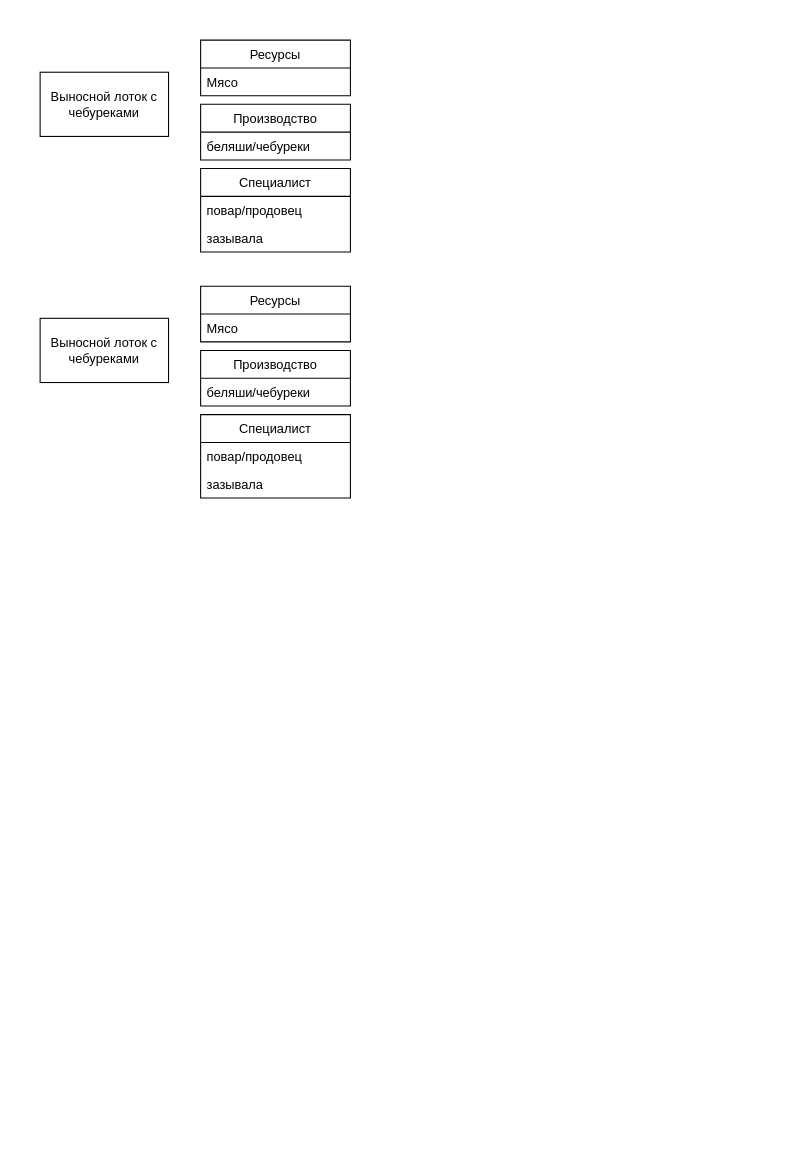
PhoenixVRN/Mafia keeps this draw.io diagram as libs/Mafia.drawio. Above is the earlier version. Source tidied: cells renumbered, new cells numbered last; positions are measured from the earlier drawing's top-left corner, leaving out a move shared by most shapes. Both pictures are drawn from the tidied source at 107%, with x=0, y=0 at pixel (40, 40).
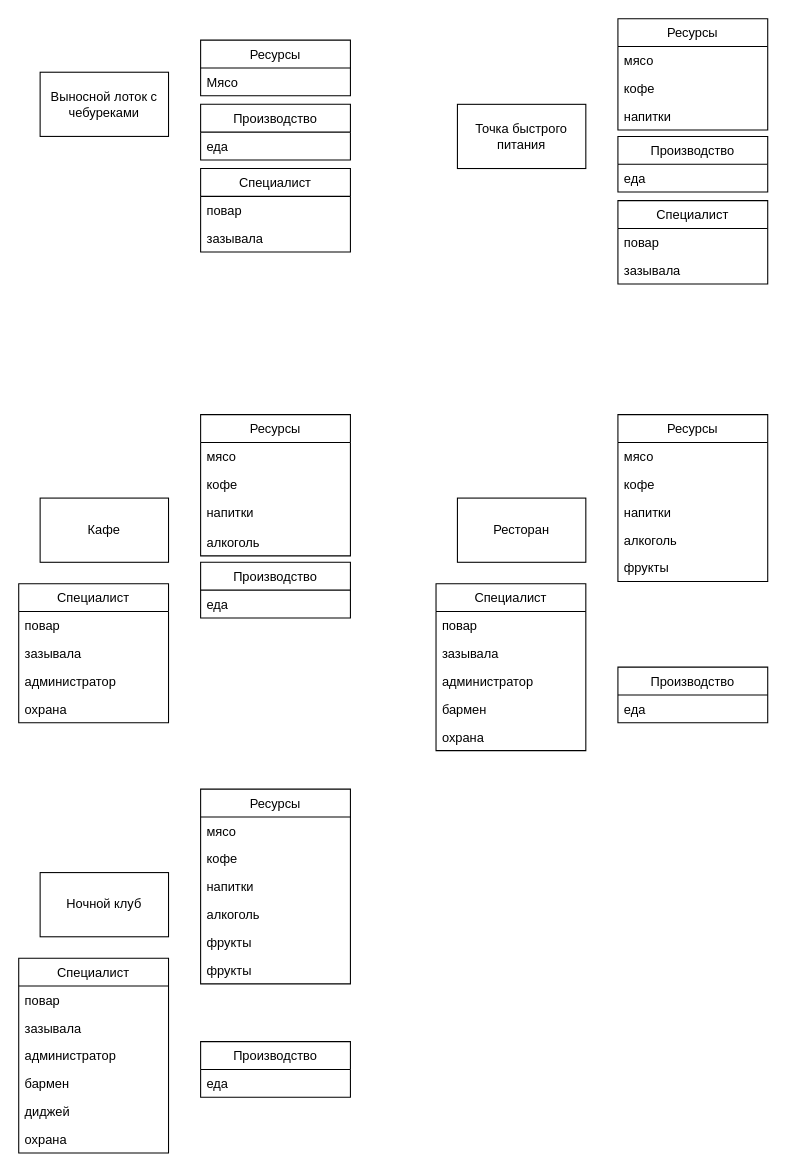
After the change.

The change refers to these unchanged cells:
```xml
<mxCell id="3" value="Ресурсы" style="swimlane;fontStyle=0;horizontal=1;startSize=26;fillColor=none;" parent="1" vertex="1">
  <mxGeometry x="150" width="140" height="52" as="geometry" />
</mxCell>
<mxCell id="5" value="Производство" style="swimlane;fontStyle=0;horizontal=1;startSize=26;fillColor=none;" parent="1" vertex="1">
  <mxGeometry x="150" y="60" width="140" height="52" as="geometry" />
</mxCell>
<mxCell id="7" value="Специалист" style="swimlane;fontStyle=0;horizontal=1;startSize=26;fillColor=none;" parent="1" vertex="1">
  <mxGeometry x="150" y="120" width="140" height="78" as="geometry" />
</mxCell>
```

What changed in the source:
```diff
@@
-    <mxCell id="4" value="Мясо" style="text;strokeColor=none;fillColor=none;align=left;verticalAlign=top;spacingLeft=4;spacingRight=4;overflow=hidden;" parent="3" vertex="1">
-      <mxGeometry y="26" width="140" height="26" as="geometry" />
-    </mxCell>
+    <mxCell id="18" value="Мясо" style="text;strokeColor=none;fillColor=none;align=left;verticalAlign=top;spacingLeft=4;spacingRight=4;overflow=hidden;" parent="3" vertex="1">
+      <mxGeometry y="26" width="140" height="26" as="geometry" />
+    </mxCell>
@@
-    <mxCell id="6" value="беляши/чебуреки" style="text;strokeColor=none;fillColor=none;align=left;verticalAlign=top;spacingLeft=4;spacingRight=4;overflow=hidden;" parent="5" vertex="1">
-      <mxGeometry y="26" width="140" height="26" as="geometry" />
-    </mxCell>
+    <mxCell id="19" value="еда" style="text;strokeColor=none;fillColor=none;align=left;verticalAlign=top;spacingLeft=4;spacingRight=4;overflow=hidden;" parent="5" vertex="1">
+      <mxGeometry y="26" width="140" height="26" as="geometry" />
+    </mxCell>
@@
-    <mxCell id="8" value="повар/продовец" style="text;strokeColor=none;fillColor=none;align=left;verticalAlign=top;spacingLeft=4;spacingRight=4;overflow=hidden;" parent="7" vertex="1">
-      <mxGeometry y="26" width="140" height="26" as="geometry" />
-    </mxCell>
-    <mxCell id="9" value="зазывала" style="text;strokeColor=none;fillColor=none;align=left;verticalAlign=top;spacingLeft=4;spacingRight=4;overflow=hidden;" parent="7" vertex="1">
-      <mxGeometry y="52" width="140" height="26" as="geometry" />
-    </mxCell>
-    <mxCell id="10" value="&lt;p class=&quot;MsoNormal&quot;&gt;Выносной лоток с чебуреками&lt;/p&gt;" style="rounded=0;whiteSpace=wrap;html=1;" parent="1" vertex="1">
-      <mxGeometry y="260" width="120" height="60" as="geometry" />
-    </mxCell>
-    <mxCell id="11" value="Ресурсы" style="swimlane;fontStyle=0;horizontal=1;startSize=26;fillColor=none;" parent="1" vertex="1">
-      <mxGeometry x="150" y="230" width="140" height="52" as="geometry" />
-    </mxCell>
-    <mxCell id="12" value="Мясо" style="text;strokeColor=none;fillColor=none;align=left;verticalAlign=top;spacingLeft=4;spacingRight=4;overflow=hidden;" parent="11" vertex="1">
-      <mxGeometry y="26" width="140" height="26" as="geometry" />
-    </mxCell>
-    <mxCell id="13" value="Производство" style="swimlane;fontStyle=0;horizontal=1;startSize=26;fillColor=none;" parent="1" vertex="1">
-      <mxGeometry x="150" y="290" width="140" height="52" as="geometry" />
-    </mxCell>
-    <mxCell id="14" value="беляши/чебуреки" style="text;strokeColor=none;fillColor=none;align=left;verticalAlign=top;spacingLeft=4;spacingRight=4;overflow=hidden;" parent="13" vertex="1">
-      <mxGeometry y="26" width="140" height="26" as="geometry" />
-    </mxCell>
-    <mxCell id="15" value="Специалист" style="swimlane;fontStyle=0;horizontal=1;startSize=26;fillColor=none;" parent="1" vertex="1">
-      <mxGeometry x="150" y="350" width="140" height="78" as="geometry" />
-    </mxCell>
-    <mxCell id="16" value="повар/продовец" style="text;strokeColor=none;fillColor=none;align=left;verticalAlign=top;spacingLeft=4;spacingRight=4;overflow=hidden;" parent="15" vertex="1">
-      <mxGeometry y="26" width="140" height="26" as="geometry" />
-    </mxCell>
-    <mxCell id="17" value="зазывала" style="text;strokeColor=none;fillColor=none;align=left;verticalAlign=top;spacingLeft=4;spacingRight=4;overflow=hidden;" parent="15" vertex="1">
-      <mxGeometry y="52" width="140" height="26" as="geometry" />
-    </mxCell>
+    <mxCell id="20" value="повар" style="text;strokeColor=none;fillColor=none;align=left;verticalAlign=top;spacingLeft=4;spacingRight=4;overflow=hidden;" parent="7" vertex="1">
+      <mxGeometry y="26" width="140" height="26" as="geometry" />
+    </mxCell>
+    <mxCell id="21" value="зазывала" style="text;strokeColor=none;fillColor=none;align=left;verticalAlign=top;spacingLeft=4;spacingRight=4;overflow=hidden;" parent="7" vertex="1">
+      <mxGeometry y="52" width="140" height="26" as="geometry" />
+    </mxCell>
+    <mxCell id="22" value="&lt;p class=&quot;MsoNormal&quot;&gt;Точка быстрого питания&lt;/p&gt;" style="rounded=0;whiteSpace=wrap;html=1;" parent="1" vertex="1">
+      <mxGeometry x="390" y="60" width="120" height="60" as="geometry" />
+    </mxCell>
+    <mxCell id="23" value="Ресурсы" style="swimlane;fontStyle=0;horizontal=1;startSize=26;fillColor=none;" parent="1" vertex="1">
+      <mxGeometry x="540" y="-20" width="140" height="104" as="geometry" />
+    </mxCell>
+    <mxCell id="24" value="мясо" style="text;strokeColor=none;fillColor=none;align=left;verticalAlign=top;spacingLeft=4;spacingRight=4;overflow=hidden;" parent="23" vertex="1">
+      <mxGeometry y="26" width="140" height="26" as="geometry" />
+    </mxCell>
+    <mxCell id="25" value="кофе" style="text;strokeColor=none;fillColor=none;align=left;verticalAlign=top;spacingLeft=4;spacingRight=4;overflow=hidden;" parent="23" vertex="1">
+      <mxGeometry y="52" width="140" height="26" as="geometry" />
+    </mxCell>
+    <mxCell id="26" value="напитки" style="text;strokeColor=none;fillColor=none;align=left;verticalAlign=top;spacingLeft=4;spacingRight=4;overflow=hidden;" parent="23" vertex="1">
+      <mxGeometry y="78" width="140" height="26" as="geometry" />
+    </mxCell>
+    <mxCell id="27" value="Производство" style="swimlane;fontStyle=0;horizontal=1;startSize=26;fillColor=none;" parent="1" vertex="1">
+      <mxGeometry x="540" y="90" width="140" height="52" as="geometry" />
+    </mxCell>
+    <mxCell id="28" value="еда" style="text;strokeColor=none;fillColor=none;align=left;verticalAlign=top;spacingLeft=4;spacingRight=4;overflow=hidden;" parent="27" vertex="1">
+      <mxGeometry y="26" width="140" height="26" as="geometry" />
+    </mxCell>
+    <mxCell id="29" value="Специалист" style="swimlane;fontStyle=0;horizontal=1;startSize=26;fillColor=none;" parent="1" vertex="1">
+      <mxGeometry x="540" y="150" width="140" height="78" as="geometry" />
+    </mxCell>
+    <mxCell id="30" value="повар" style="text;strokeColor=none;fillColor=none;align=left;verticalAlign=top;spacingLeft=4;spacingRight=4;overflow=hidden;" parent="29" vertex="1">
+      <mxGeometry y="26" width="140" height="26" as="geometry" />
+    </mxCell>
+    <mxCell id="31" value="зазывала" style="text;strokeColor=none;fillColor=none;align=left;verticalAlign=top;spacingLeft=4;spacingRight=4;overflow=hidden;" parent="29" vertex="1">
+      <mxGeometry y="52" width="140" height="26" as="geometry" />
+    </mxCell>
+    <mxCell id="32" value="&lt;p class=&quot;MsoNormal&quot;&gt;Кафе&lt;/p&gt;" style="rounded=0;whiteSpace=wrap;html=1;" parent="1" vertex="1">
+      <mxGeometry y="428" width="120" height="60" as="geometry" />
+    </mxCell>
+    <mxCell id="33" value="Ресурсы" style="swimlane;fontStyle=0;horizontal=1;startSize=26;fillColor=none;" parent="1" vertex="1">
+      <mxGeometry x="150" y="350" width="140" height="132" as="geometry" />
+    </mxCell>
+    <mxCell id="34" value="мясо" style="text;strokeColor=none;fillColor=none;align=left;verticalAlign=top;spacingLeft=4;spacingRight=4;overflow=hidden;" parent="33" vertex="1">
+      <mxGeometry y="26" width="140" height="26" as="geometry" />
+    </mxCell>
+    <mxCell id="35" value="кофе" style="text;strokeColor=none;fillColor=none;align=left;verticalAlign=top;spacingLeft=4;spacingRight=4;overflow=hidden;" parent="33" vertex="1">
+      <mxGeometry y="52" width="140" height="26" as="geometry" />
+    </mxCell>
+    <mxCell id="36" value="напитки" style="text;strokeColor=none;fillColor=none;align=left;verticalAlign=top;spacingLeft=4;spacingRight=4;overflow=hidden;" parent="33" vertex="1">
+      <mxGeometry y="78" width="140" height="28" as="geometry" />
+    </mxCell>
+    <mxCell id="37" value="алкоголь" style="text;strokeColor=none;fillColor=none;align=left;verticalAlign=top;spacingLeft=4;spacingRight=4;overflow=hidden;" parent="33" vertex="1">
+      <mxGeometry y="106" width="140" height="26" as="geometry" />
+    </mxCell>
+    <mxCell id="38" value="Производство" style="swimlane;fontStyle=0;horizontal=1;startSize=26;fillColor=none;" parent="1" vertex="1">
+      <mxGeometry x="150" y="488" width="140" height="52" as="geometry" />
+    </mxCell>
+    <mxCell id="39" value="еда" style="text;strokeColor=none;fillColor=none;align=left;verticalAlign=top;spacingLeft=4;spacingRight=4;overflow=hidden;" parent="38" vertex="1">
+      <mxGeometry y="26" width="140" height="26" as="geometry" />
+    </mxCell>
+    <mxCell id="40" value="Специалист" style="swimlane;fontStyle=0;horizontal=1;startSize=26;fillColor=none;" parent="1" vertex="1">
+      <mxGeometry x="-20" y="508" width="140" height="130" as="geometry" />
+    </mxCell>
+    <mxCell id="41" value="повар" style="text;strokeColor=none;fillColor=none;align=left;verticalAlign=top;spacingLeft=4;spacingRight=4;overflow=hidden;" parent="40" vertex="1">
+      <mxGeometry y="26" width="140" height="26" as="geometry" />
+    </mxCell>
+    <mxCell id="42" value="зазывала" style="text;strokeColor=none;fillColor=none;align=left;verticalAlign=top;spacingLeft=4;spacingRight=4;overflow=hidden;" parent="40" vertex="1">
+      <mxGeometry y="52" width="140" height="26" as="geometry" />
+    </mxCell>
+    <mxCell id="43" value="администратор" style="text;strokeColor=none;fillColor=none;align=left;verticalAlign=top;spacingLeft=4;spacingRight=4;overflow=hidden;" parent="40" vertex="1">
+      <mxGeometry y="78" width="140" height="26" as="geometry" />
+    </mxCell>
+    <mxCell id="44" value="охрана" style="text;strokeColor=none;fillColor=none;align=left;verticalAlign=top;spacingLeft=4;spacingRight=4;overflow=hidden;" parent="40" vertex="1">
+      <mxGeometry y="104" width="140" height="26" as="geometry" />
+    </mxCell>
+    <mxCell id="45" value="&lt;p class=&quot;MsoNormal&quot;&gt;Ресторан&lt;/p&gt;" style="rounded=0;whiteSpace=wrap;html=1;" parent="1" vertex="1">
+      <mxGeometry x="390" y="428" width="120" height="60" as="geometry" />
+    </mxCell>
+    <mxCell id="46" value="Ресурсы" style="swimlane;fontStyle=0;horizontal=1;startSize=26;fillColor=none;" parent="1" vertex="1">
+      <mxGeometry x="540" y="350" width="140" height="156" as="geometry" />
+    </mxCell>
+    <mxCell id="47" value="мясо" style="text;strokeColor=none;fillColor=none;align=left;verticalAlign=top;spacingLeft=4;spacingRight=4;overflow=hidden;" parent="46" vertex="1">
+      <mxGeometry y="26" width="140" height="26" as="geometry" />
+    </mxCell>
+    <mxCell id="48" value="кофе" style="text;strokeColor=none;fillColor=none;align=left;verticalAlign=top;spacingLeft=4;spacingRight=4;overflow=hidden;" parent="46" vertex="1">
+      <mxGeometry y="52" width="140" height="26" as="geometry" />
+    </mxCell>
+    <mxCell id="49" value="напитки" style="text;strokeColor=none;fillColor=none;align=left;verticalAlign=top;spacingLeft=4;spacingRight=4;overflow=hidden;" parent="46" vertex="1">
+      <mxGeometry y="78" width="140" height="26" as="geometry" />
+    </mxCell>
+    <mxCell id="50" value="алкоголь" style="text;strokeColor=none;fillColor=none;align=left;verticalAlign=top;spacingLeft=4;spacingRight=4;overflow=hidden;" parent="46" vertex="1">
+      <mxGeometry y="104" width="140" height="26" as="geometry" />
+    </mxCell>
+    <mxCell id="51" value="фрукты" style="text;strokeColor=none;fillColor=none;align=left;verticalAlign=top;spacingLeft=4;spacingRight=4;overflow=hidden;" parent="46" vertex="1">
+      <mxGeometry y="130" width="140" height="26" as="geometry" />
+    </mxCell>
+    <mxCell id="52" value="Производство" style="swimlane;fontStyle=0;horizontal=1;startSize=26;fillColor=none;" parent="1" vertex="1">
+      <mxGeometry x="540" y="586" width="140" height="52" as="geometry" />
+    </mxCell>
+    <mxCell id="53" value="еда" style="text;strokeColor=none;fillColor=none;align=left;verticalAlign=top;spacingLeft=4;spacingRight=4;overflow=hidden;" parent="52" vertex="1">
+      <mxGeometry y="26" width="140" height="26" as="geometry" />
+    </mxCell>
+    <mxCell id="54" value="Специалист" style="swimlane;fontStyle=0;horizontal=1;startSize=26;fillColor=none;" parent="1" vertex="1">
+      <mxGeometry x="370" y="508" width="140" height="156" as="geometry" />
+    </mxCell>
+    <mxCell id="55" value="повар" style="text;strokeColor=none;fillColor=none;align=left;verticalAlign=top;spacingLeft=4;spacingRight=4;overflow=hidden;" parent="54" vertex="1">
+      <mxGeometry y="26" width="140" height="26" as="geometry" />
+    </mxCell>
+    <mxCell id="56" value="зазывала" style="text;strokeColor=none;fillColor=none;align=left;verticalAlign=top;spacingLeft=4;spacingRight=4;overflow=hidden;" parent="54" vertex="1">
+      <mxGeometry y="52" width="140" height="26" as="geometry" />
+    </mxCell>
+    <mxCell id="57" value="администратор" style="text;strokeColor=none;fillColor=none;align=left;verticalAlign=top;spacingLeft=4;spacingRight=4;overflow=hidden;" parent="54" vertex="1">
+      <mxGeometry y="78" width="140" height="26" as="geometry" />
+    </mxCell>
+    <mxCell id="58" value="бармен" style="text;strokeColor=none;fillColor=none;align=left;verticalAlign=top;spacingLeft=4;spacingRight=4;overflow=hidden;" parent="54" vertex="1">
+      <mxGeometry y="104" width="140" height="26" as="geometry" />
+    </mxCell>
+    <mxCell id="59" value="охрана" style="text;strokeColor=none;fillColor=none;align=left;verticalAlign=top;spacingLeft=4;spacingRight=4;overflow=hidden;" parent="54" vertex="1">
+      <mxGeometry y="130" width="140" height="26" as="geometry" />
+    </mxCell>
+    <mxCell id="60" value="&lt;p class=&quot;MsoNormal&quot;&gt;Ночной клуб&lt;/p&gt;" style="rounded=0;whiteSpace=wrap;html=1;" parent="1" vertex="1">
+      <mxGeometry y="778" width="120" height="60" as="geometry" />
+    </mxCell>
+    <mxCell id="61" value="Ресурсы" style="swimlane;fontStyle=0;horizontal=1;startSize=26;fillColor=none;" parent="1" vertex="1">
+      <mxGeometry x="150" y="700" width="140" height="182" as="geometry" />
+    </mxCell>
+    <mxCell id="62" value="мясо" style="text;strokeColor=none;fillColor=none;align=left;verticalAlign=top;spacingLeft=4;spacingRight=4;overflow=hidden;" parent="61" vertex="1">
+      <mxGeometry y="26" width="140" height="26" as="geometry" />
+    </mxCell>
+    <mxCell id="63" value="кофе" style="text;strokeColor=none;fillColor=none;align=left;verticalAlign=top;spacingLeft=4;spacingRight=4;overflow=hidden;" parent="61" vertex="1">
+      <mxGeometry y="52" width="140" height="26" as="geometry" />
+    </mxCell>
+    <mxCell id="64" value="напитки" style="text;strokeColor=none;fillColor=none;align=left;verticalAlign=top;spacingLeft=4;spacingRight=4;overflow=hidden;" parent="61" vertex="1">
+      <mxGeometry y="78" width="140" height="26" as="geometry" />
+    </mxCell>
+    <mxCell id="65" value="алкоголь" style="text;strokeColor=none;fillColor=none;align=left;verticalAlign=top;spacingLeft=4;spacingRight=4;overflow=hidden;" parent="61" vertex="1">
+      <mxGeometry y="104" width="140" height="26" as="geometry" />
+    </mxCell>
+    <mxCell id="66" value="фрукты" style="text;strokeColor=none;fillColor=none;align=left;verticalAlign=top;spacingLeft=4;spacingRight=4;overflow=hidden;" parent="61" vertex="1">
+      <mxGeometry y="130" width="140" height="26" as="geometry" />
+    </mxCell>
+    <mxCell id="67" value="фрукты" style="text;strokeColor=none;fillColor=none;align=left;verticalAlign=top;spacingLeft=4;spacingRight=4;overflow=hidden;" parent="61" vertex="1">
+      <mxGeometry y="156" width="140" height="26" as="geometry" />
+    </mxCell>
+    <mxCell id="68" value="Производство" style="swimlane;fontStyle=0;horizontal=1;startSize=26;fillColor=none;" parent="1" vertex="1">
+      <mxGeometry x="150" y="936" width="140" height="52" as="geometry" />
+    </mxCell>
+    <mxCell id="69" value="еда" style="text;strokeColor=none;fillColor=none;align=left;verticalAlign=top;spacingLeft=4;spacingRight=4;overflow=hidden;" parent="68" vertex="1">
+      <mxGeometry y="26" width="140" height="26" as="geometry" />
+    </mxCell>
+    <mxCell id="70" value="Специалист" style="swimlane;fontStyle=0;horizontal=1;startSize=26;fillColor=none;" parent="1" vertex="1">
+      <mxGeometry x="-20" y="858" width="140" height="182" as="geometry" />
+    </mxCell>
+    <mxCell id="71" value="повар" style="text;strokeColor=none;fillColor=none;align=left;verticalAlign=top;spacingLeft=4;spacingRight=4;overflow=hidden;" parent="70" vertex="1">
+      <mxGeometry y="26" width="140" height="26" as="geometry" />
+    </mxCell>
+    <mxCell id="72" value="зазывала" style="text;strokeColor=none;fillColor=none;align=left;verticalAlign=top;spacingLeft=4;spacingRight=4;overflow=hidden;" parent="70" vertex="1">
+      <mxGeometry y="52" width="140" height="26" as="geometry" />
+    </mxCell>
+    <mxCell id="73" value="администратор" style="text;strokeColor=none;fillColor=none;align=left;verticalAlign=top;spacingLeft=4;spacingRight=4;overflow=hidden;" parent="70" vertex="1">
+      <mxGeometry y="78" width="140" height="26" as="geometry" />
+    </mxCell>
+    <mxCell id="74" value="бармен" style="text;strokeColor=none;fillColor=none;align=left;verticalAlign=top;spacingLeft=4;spacingRight=4;overflow=hidden;" parent="70" vertex="1">
+      <mxGeometry y="104" width="140" height="26" as="geometry" />
+    </mxCell>
+    <mxCell id="75" value="диджей" style="text;strokeColor=none;fillColor=none;align=left;verticalAlign=top;spacingLeft=4;spacingRight=4;overflow=hidden;" parent="70" vertex="1">
+      <mxGeometry y="130" width="140" height="26" as="geometry" />
+    </mxCell>
+    <mxCell id="76" value="охрана" style="text;strokeColor=none;fillColor=none;align=left;verticalAlign=top;spacingLeft=4;spacingRight=4;overflow=hidden;" parent="70" vertex="1">
+      <mxGeometry y="156" width="140" height="26" as="geometry" />
+    </mxCell>
```
